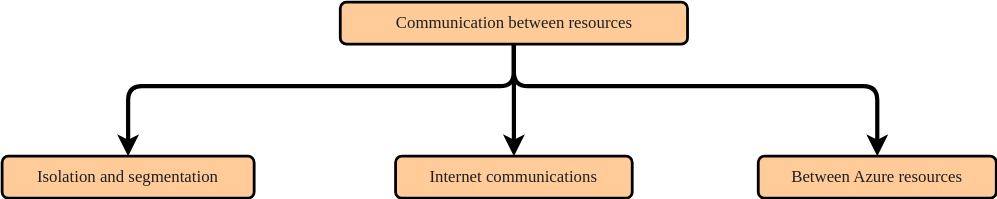
Above: azure/fundamentals/Azure.communications.drawio.svg in sunnybharne/draw.io (draw.io), before the change. Source tidied: cells renumbered, new cells last; positions are measured from the earlier drawing's top-left corner, leaving out a move shared by most shapes. The source it was exported from:
```xml
<mxGraphModel>
  <root>
    <mxCell id="0" />
    <mxCell id="1" parent="0" />
    <mxCell id="2" style="edgeStyle=orthogonalEdgeStyle;rounded=1;jettySize=auto;html=1;strokeWidth=3;curved=0;" parent="1" edge="1" source="5" target="7">
      <mxGeometry relative="1" as="geometry">
        <Array as="points">
          <mxPoint x="366" y="60" />
          <mxPoint x="90" y="60" />
        </Array>
      </mxGeometry>
    </mxCell>
    <mxCell id="3" style="edgeStyle=orthogonalEdgeStyle;shape=connector;curved=0;rounded=1;jettySize=auto;html=1;strokeColor=default;strokeWidth=3;align=center;verticalAlign=middle;fontFamily=Helvetica;fontSize=11;fontColor=default;labelBackgroundColor=default;endArrow=classic;" parent="1" edge="1" source="5" target="8">
      <mxGeometry relative="1" as="geometry">
        <Array as="points">
          <mxPoint x="366" y="60" />
          <mxPoint x="625" y="60" />
        </Array>
      </mxGeometry>
    </mxCell>
    <mxCell id="4" style="edgeStyle=orthogonalEdgeStyle;shape=connector;curved=0;rounded=1;jettySize=auto;html=1;entryX=0.5;entryY=0;entryDx=0;entryDy=0;strokeColor=default;strokeWidth=3;align=center;verticalAlign=middle;fontFamily=Helvetica;fontSize=11;fontColor=default;labelBackgroundColor=default;endArrow=classic;" parent="1" edge="1" source="5" target="9">
      <mxGeometry relative="1" as="geometry" />
    </mxCell>
    <mxCell id="5" value="&lt;span style=&quot;white-space: pre-wrap; color: rgb(31, 31, 31);&quot;&gt;Communication between resources&lt;/span&gt;" style="rounded=1;whiteSpace=wrap;html=1;align=center;fillColor=#FFCC99;strokeColor=#000000;strokeWidth=2;fontFamily=Verdana;glass=0;" parent="1" vertex="1">
      <mxGeometry x="241.5" width="248" height="30" as="geometry" />
    </mxCell>
    <mxCell id="6" style="edgeStyle=orthogonalEdgeStyle;rounded=0;orthogonalLoop=1;jettySize=auto;html=1;exitX=0.5;exitY=1;exitDx=0;exitDy=0;" parent="1" edge="1" source="5" target="5">
      <mxGeometry relative="1" as="geometry" />
    </mxCell>
    <mxCell id="7" value="&lt;span style=&quot;text-align: start; white-space: pre-wrap; color: rgb(31, 31, 31);&quot;&gt;Isolation and segmentation&lt;/span&gt;" style="rounded=1;whiteSpace=wrap;html=1;align=center;fillColor=#FFCC99;strokeColor=#000000;strokeWidth=2;fontFamily=Verdana;glass=0;" parent="1" vertex="1">
      <mxGeometry y="110" width="180" height="30" as="geometry" />
    </mxCell>
    <mxCell id="8" value="&lt;span style=&quot;text-align: start; white-space: pre-wrap; color: rgb(31, 31, 31);&quot;&gt;Between Azure resources&lt;/span&gt;" style="rounded=1;whiteSpace=wrap;html=1;align=center;fillColor=#FFCC99;strokeColor=#000000;strokeWidth=2;fontFamily=Verdana;glass=0;" parent="1" vertex="1">
      <mxGeometry x="540" y="110" width="170" height="30" as="geometry" />
    </mxCell>
    <mxCell id="9" value="&lt;span style=&quot;text-align: start; white-space: pre-wrap; color: rgb(31, 31, 31);&quot;&gt;Internet communications&lt;/span&gt;" style="rounded=1;whiteSpace=wrap;html=1;align=center;fillColor=#FFCC99;strokeColor=#000000;strokeWidth=2;fontFamily=Verdana;glass=0;" parent="1" vertex="1">
      <mxGeometry x="281" y="110" width="169" height="30" as="geometry" />
    </mxCell>
  </root>
</mxGraphModel>
```
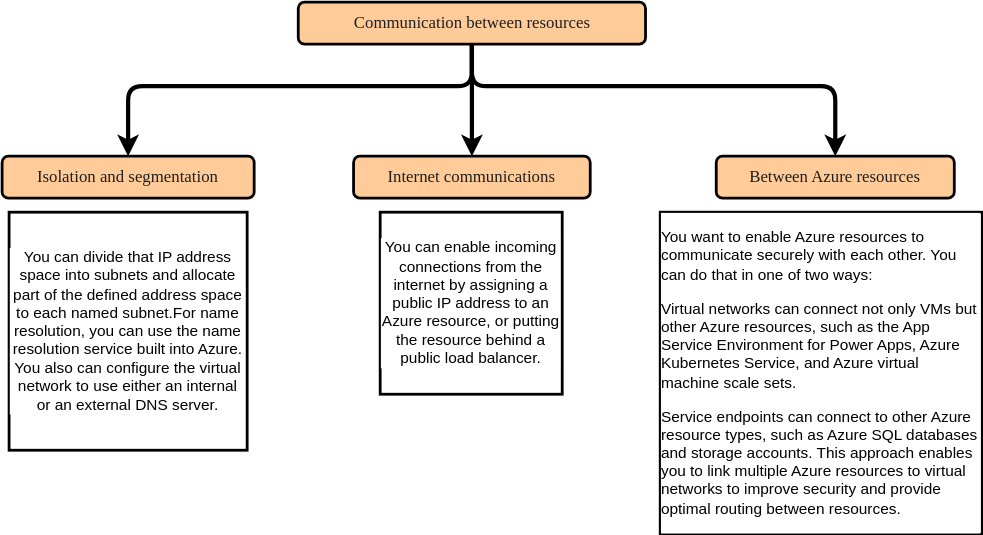
The same diagram one commit later.

The edit, as a diff of the source:
```diff
@@ -2,14 +2,6 @@
   <root>
     <mxCell id="0" />
     <mxCell id="1" parent="0" />
-    <mxCell id="2" style="edgeStyle=orthogonalEdgeStyle;rounded=1;jettySize=auto;html=1;strokeWidth=3;curved=0;" parent="1" edge="1" source="5" target="7">
-      <mxGeometry relative="1" as="geometry">
-        <Array as="points">
-          <mxPoint x="366" y="60" />
-          <mxPoint x="90" y="60" />
-        </Array>
-      </mxGeometry>
-    </mxCell>
     <mxCell id="3" style="edgeStyle=orthogonalEdgeStyle;shape=connector;curved=0;rounded=1;jettySize=auto;html=1;strokeColor=default;strokeWidth=3;align=center;verticalAlign=middle;fontFamily=Helvetica;fontSize=11;fontColor=default;labelBackgroundColor=default;endArrow=classic;" parent="1" edge="1" source="5" target="8">
       <mxGeometry relative="1" as="geometry">
         <Array as="points">
@@ -21,6 +13,14 @@
     <mxCell id="4" style="edgeStyle=orthogonalEdgeStyle;shape=connector;curved=0;rounded=1;jettySize=auto;html=1;entryX=0.5;entryY=0;entryDx=0;entryDy=0;strokeColor=default;strokeWidth=3;align=center;verticalAlign=middle;fontFamily=Helvetica;fontSize=11;fontColor=default;labelBackgroundColor=default;endArrow=classic;" parent="1" edge="1" source="5" target="9">
       <mxGeometry relative="1" as="geometry" />
     </mxCell>
+    <mxCell id="2" style="edgeStyle=orthogonalEdgeStyle;shape=connector;curved=0;rounded=1;jettySize=auto;html=1;strokeColor=default;strokeWidth=3;align=center;verticalAlign=middle;fontFamily=Helvetica;fontSize=11;fontColor=default;labelBackgroundColor=default;endArrow=classic;" parent="1" edge="1" source="5" target="7">
+      <mxGeometry relative="1" as="geometry">
+        <Array as="points">
+          <mxPoint x="366" y="60" />
+          <mxPoint x="120" y="60" />
+        </Array>
+      </mxGeometry>
+    </mxCell>
     <mxCell id="5" value="&lt;span style=&quot;white-space: pre-wrap; color: rgb(31, 31, 31);&quot;&gt;Communication between resources&lt;/span&gt;" style="rounded=1;whiteSpace=wrap;html=1;align=center;fillColor=#FFCC99;strokeColor=#000000;strokeWidth=2;fontFamily=Verdana;glass=0;" parent="1" vertex="1">
       <mxGeometry x="241.5" width="248" height="30" as="geometry" />
     </mxCell>
@@ -28,7 +28,7 @@
       <mxGeometry relative="1" as="geometry" />
     </mxCell>
     <mxCell id="7" value="&lt;span style=&quot;text-align: start; white-space: pre-wrap; color: rgb(31, 31, 31);&quot;&gt;Isolation and segmentation&lt;/span&gt;" style="rounded=1;whiteSpace=wrap;html=1;align=center;fillColor=#FFCC99;strokeColor=#000000;strokeWidth=2;fontFamily=Verdana;glass=0;" parent="1" vertex="1">
-      <mxGeometry y="110" width="180" height="30" as="geometry" />
+      <mxGeometry x="30" y="110" width="180" height="30" as="geometry" />
     </mxCell>
     <mxCell id="8" value="&lt;span style=&quot;text-align: start; white-space: pre-wrap; color: rgb(31, 31, 31);&quot;&gt;Between Azure resources&lt;/span&gt;" style="rounded=1;whiteSpace=wrap;html=1;align=center;fillColor=#FFCC99;strokeColor=#000000;strokeWidth=2;fontFamily=Verdana;glass=0;" parent="1" vertex="1">
       <mxGeometry x="540" y="110" width="170" height="30" as="geometry" />
@@ -36,5 +36,14 @@
     <mxCell id="9" value="&lt;span style=&quot;text-align: start; white-space: pre-wrap; color: rgb(31, 31, 31);&quot;&gt;Internet communications&lt;/span&gt;" style="rounded=1;whiteSpace=wrap;html=1;align=center;fillColor=#FFCC99;strokeColor=#000000;strokeWidth=2;fontFamily=Verdana;glass=0;" parent="1" vertex="1">
       <mxGeometry x="281" y="110" width="169" height="30" as="geometry" />
     </mxCell>
+    <mxCell id="10" value="&lt;span style=&quot;text-align: start; white-space: pre-wrap;&quot;&gt;You can divide that IP address space into &lt;/span&gt;&lt;span style=&quot;text-align: start; white-space: pre-wrap;&quot;&gt;subnets and allocate part of the defined &lt;/span&gt;&lt;span style=&quot;text-align: start; white-space: pre-wrap;&quot;&gt;address space to each named subnet.For &lt;/span&gt;&lt;span style=&quot;text-align: start; white-space: pre-wrap;&quot;&gt;name resolution, you can use the name &lt;/span&gt;&lt;span style=&quot;text-align: start; white-space: pre-wrap;&quot;&gt;resolution service built into Azure. You also &lt;/span&gt;&lt;span style=&quot;text-align: start; white-space: pre-wrap;&quot;&gt;can configure the virtual network to use &lt;/span&gt;&lt;span style=&quot;text-align: start; white-space: pre-wrap;&quot;&gt;either an internal or an external DNS server.&lt;/span&gt;" style="whiteSpace=wrap;html=1;rounded=0;glass=0;strokeWidth=2;align=center;verticalAlign=middle;fontFamily=Helvetica;fontSize=11;labelBackgroundColor=default;" parent="1" vertex="1">
+      <mxGeometry x="35" y="150" width="170" height="170" as="geometry" />
+    </mxCell>
+    <mxCell id="11" value="&lt;span style=&quot;text-align: start; white-space: pre-wrap;&quot;&gt;You can enable incoming &lt;/span&gt;&lt;span style=&quot;text-align: start; white-space: pre-wrap;&quot;&gt;connections from the internet by &lt;/span&gt;&lt;span style=&quot;text-align: start; white-space: pre-wrap;&quot;&gt;assigning a public IP address to &lt;/span&gt;&lt;span style=&quot;text-align: start; white-space: pre-wrap;&quot;&gt;an Azure resource, or putting &lt;/span&gt;&lt;span style=&quot;text-align: start; white-space: pre-wrap;&quot;&gt;the resource behind a public &lt;/span&gt;&lt;span style=&quot;text-align: start; white-space: pre-wrap;&quot;&gt;load balancer.&lt;/span&gt;" style="whiteSpace=wrap;html=1;rounded=0;glass=0;strokeWidth=2;align=center;verticalAlign=middle;fontFamily=Helvetica;fontSize=11;labelBackgroundColor=default;" parent="1" vertex="1">
+      <mxGeometry x="300" y="150" width="130" height="130" as="geometry" />
+    </mxCell>
+    <mxCell id="12" value="&lt;p style=&quot;text-align: start;&quot; dir=&quot;ltr&quot;&gt;&lt;span style=&quot;white-space: pre-wrap;&quot;&gt;You want to enable Azure resources to communicate securely &lt;/span&gt;&lt;span style=&quot;white-space: pre-wrap;&quot;&gt;with each other. You can do that in one of two ways:&lt;/span&gt;&lt;/p&gt;&lt;p style=&quot;text-align: start;&quot; dir=&quot;ltr&quot;&gt;&lt;span style=&quot;white-space: pre-wrap;&quot;&gt;Virtual networks can connect not only VMs but other Azure &lt;/span&gt;&lt;span style=&quot;white-space: pre-wrap;&quot;&gt;resources, such as the App Service Environment for Power &lt;/span&gt;&lt;span style=&quot;white-space: pre-wrap;&quot;&gt;Apps, Azure Kubernetes Service, and Azure virtual machine &lt;/span&gt;&lt;span style=&quot;white-space: pre-wrap;&quot;&gt;scale sets.&lt;/span&gt;&lt;/p&gt;&lt;p style=&quot;text-align: start;&quot; dir=&quot;ltr&quot;&gt;&lt;span style=&quot;white-space: pre-wrap;&quot;&gt;Service endpoints can connect to other Azure resource &lt;/span&gt;&lt;span style=&quot;white-space: pre-wrap;&quot;&gt;types, such as Azure SQL databases and storage accounts. &lt;/span&gt;&lt;span style=&quot;white-space: pre-wrap;&quot;&gt;This approach enables you to link multiple Azure resources &lt;/span&gt;&lt;span style=&quot;white-space: pre-wrap;&quot;&gt;to virtual networks to improve security and provide optimal &lt;/span&gt;&lt;span style=&quot;white-space: pre-wrap;&quot;&gt;routing between resources.&lt;/span&gt;&lt;/p&gt;" style="whiteSpace=wrap;html=1;rounded=0;glass=0;strokeWidth=2;align=center;verticalAlign=middle;fontFamily=Helvetica;fontSize=11;labelBackgroundColor=default;" parent="1" vertex="1">
+      <mxGeometry x="500" y="150" width="230" height="230" as="geometry" />
+    </mxCell>
   </root>
 </mxGraphModel>
```
